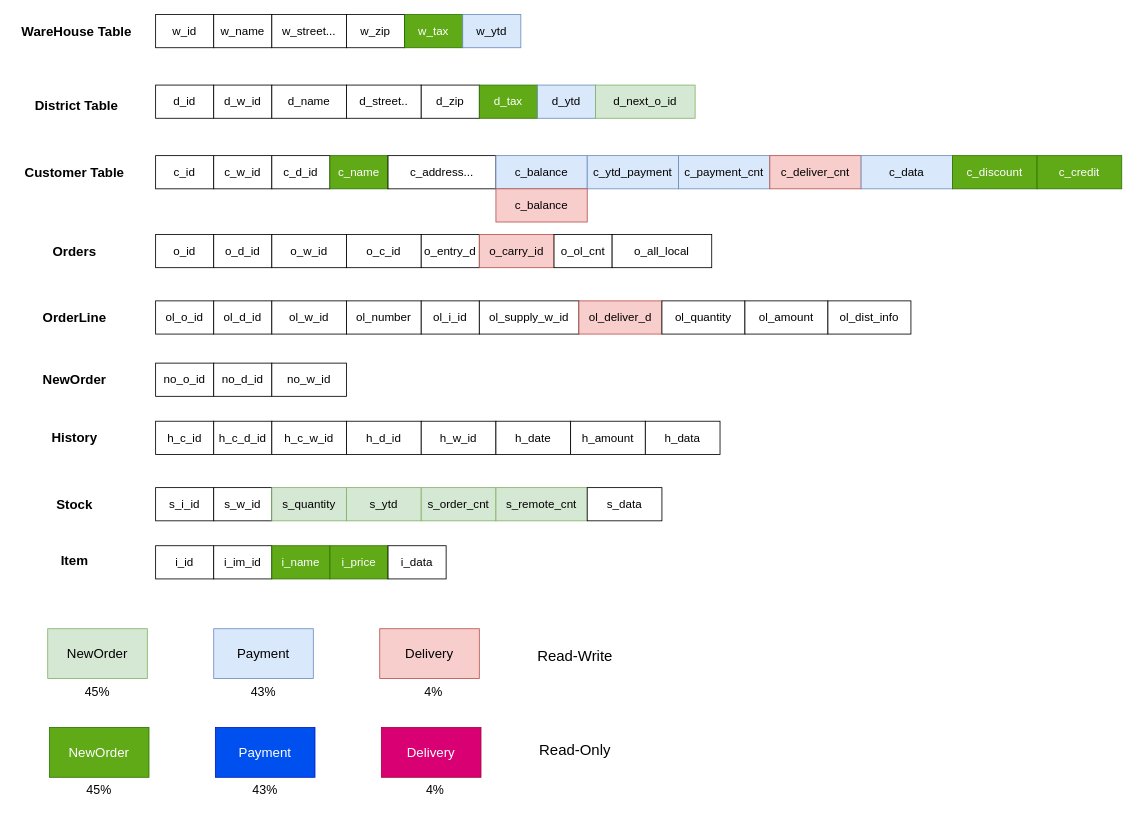
Holworth/DrawIO keeps this draw.io diagram as transaction.drawio. Above is the earlier version. Source tidied: cells renumbered, new cells numbered last; positions are measured from the earlier drawing's top-left corner, leaving out a move shared by most shapes. Both pictures are drawn from the tidied source at 83%, with x=0, y=0 at pixel (14, 14).
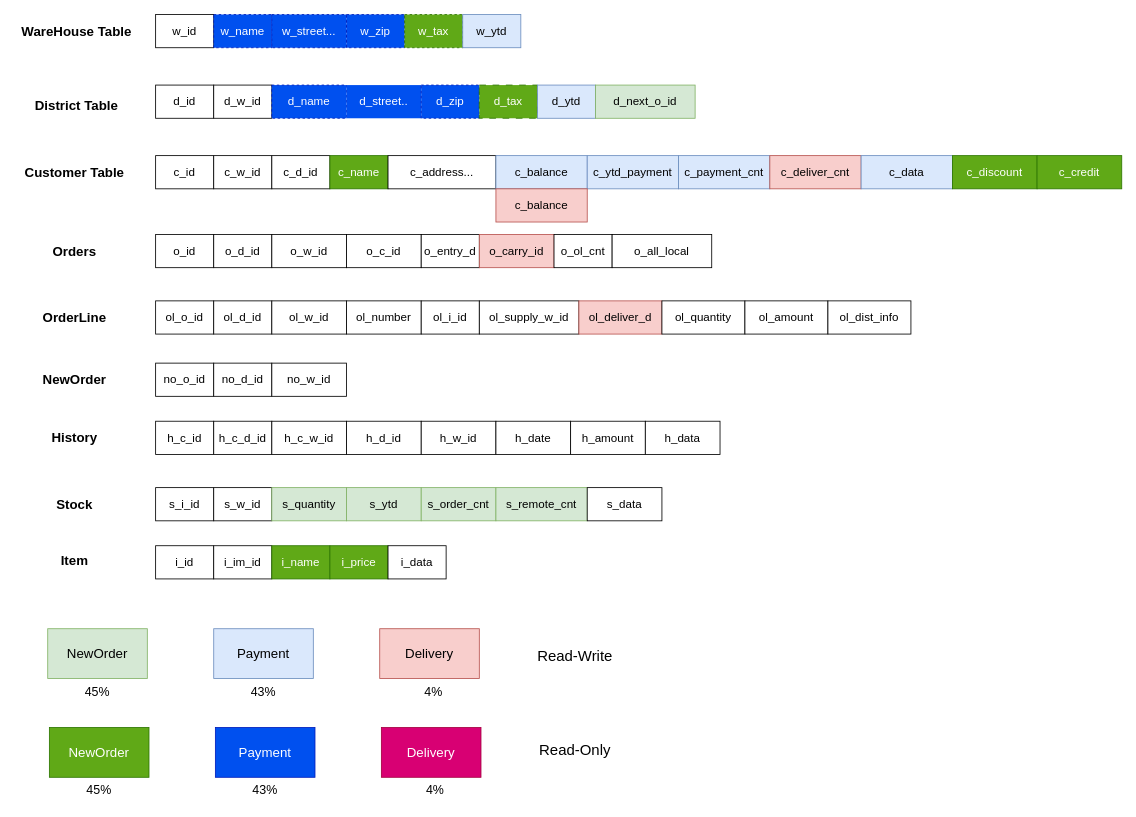
After the change.

The edit, as a diff of the source:
```diff
@@
-    <mxCell id="3" value="w_name" style="rounded=0;whiteSpace=wrap;html=1;fontSize=14;" parent="1" vertex="1">
+    <mxCell id="3" value="w_name" style="rounded=0;whiteSpace=wrap;html=1;fontSize=14;fillColor=#0050ef;fontColor=#ffffff;strokeColor=#001DBC;dashed=1;" parent="1" vertex="1">
       <mxGeometry x="240" width="70" height="40" as="geometry" />
     </mxCell>
-    <mxCell id="4" value="w_street..." style="rounded=0;whiteSpace=wrap;html=1;fontSize=14;" parent="1" vertex="1">
+    <mxCell id="4" value="w_street..." style="rounded=0;whiteSpace=wrap;html=1;fontSize=14;fillColor=#0050ef;fontColor=#ffffff;strokeColor=#001DBC;dashed=1;" parent="1" vertex="1">
       <mxGeometry x="310" width="90" height="40" as="geometry" />
     </mxCell>
-    <mxCell id="5" value="w_zip" style="rounded=0;whiteSpace=wrap;html=1;fontSize=14;" parent="1" vertex="1">
+    <mxCell id="5" value="w_zip" style="rounded=0;whiteSpace=wrap;html=1;fontSize=14;fillColor=#0050ef;fontColor=#ffffff;strokeColor=#001DBC;dashed=1;" parent="1" vertex="1">
       <mxGeometry x="400" width="70" height="40" as="geometry" />
     </mxCell>
-    <mxCell id="6" value="w_tax" style="rounded=0;whiteSpace=wrap;html=1;fontSize=14;fillColor=#60a917;fontColor=#ffffff;strokeColor=#2D7600;" parent="1" vertex="1">
+    <mxCell id="6" value="w_tax" style="rounded=0;whiteSpace=wrap;html=1;fontSize=14;fillColor=#60a917;fontColor=#ffffff;strokeColor=#2D7600;dashed=1;" parent="1" vertex="1">
       <mxGeometry x="470" width="70" height="40" as="geometry" />
     </mxCell>
@@
-    <mxCell id="12" value="d_name" style="rounded=0;whiteSpace=wrap;html=1;fontSize=14;" parent="1" vertex="1">
+    <mxCell id="12" value="d_name" style="rounded=0;whiteSpace=wrap;html=1;fontSize=14;fillColor=#0050ef;fontColor=#ffffff;strokeColor=#001DBC;dashed=1;" parent="1" vertex="1">
       <mxGeometry x="310" y="85" width="90" height="40" as="geometry" />
     </mxCell>
-    <mxCell id="13" value="d_street.." style="rounded=0;whiteSpace=wrap;html=1;fontSize=14;" parent="1" vertex="1">
+    <mxCell id="13" value="d_street.." style="rounded=0;whiteSpace=wrap;html=1;fontSize=14;fillColor=#0050ef;fontColor=#ffffff;strokeColor=none;dashed=1;" parent="1" vertex="1">
       <mxGeometry x="400" y="85" width="90" height="40" as="geometry" />
     </mxCell>
-    <mxCell id="14" value="d_zip" style="rounded=0;whiteSpace=wrap;html=1;fontSize=14;" parent="1" vertex="1">
+    <mxCell id="14" value="d_zip" style="rounded=0;whiteSpace=wrap;html=1;fontSize=14;fillColor=#0050ef;fontColor=#ffffff;strokeColor=#001DBC;dashed=1;" parent="1" vertex="1">
       <mxGeometry x="490" y="85" width="70" height="40" as="geometry" />
     </mxCell>
-    <mxCell id="15" value="d_tax" style="rounded=0;whiteSpace=wrap;html=1;fontSize=14;fillColor=#60a917;fontColor=#ffffff;strokeColor=#2D7600;" parent="1" vertex="1">
+    <mxCell id="15" value="d_tax" style="rounded=0;whiteSpace=wrap;html=1;fontSize=14;fillColor=#60a917;fontColor=#ffffff;strokeColor=#2D7600;dashed=1;dashPattern=8 8;" parent="1" vertex="1">
       <mxGeometry x="560" y="85" width="70" height="40" as="geometry" />
     </mxCell>
```
